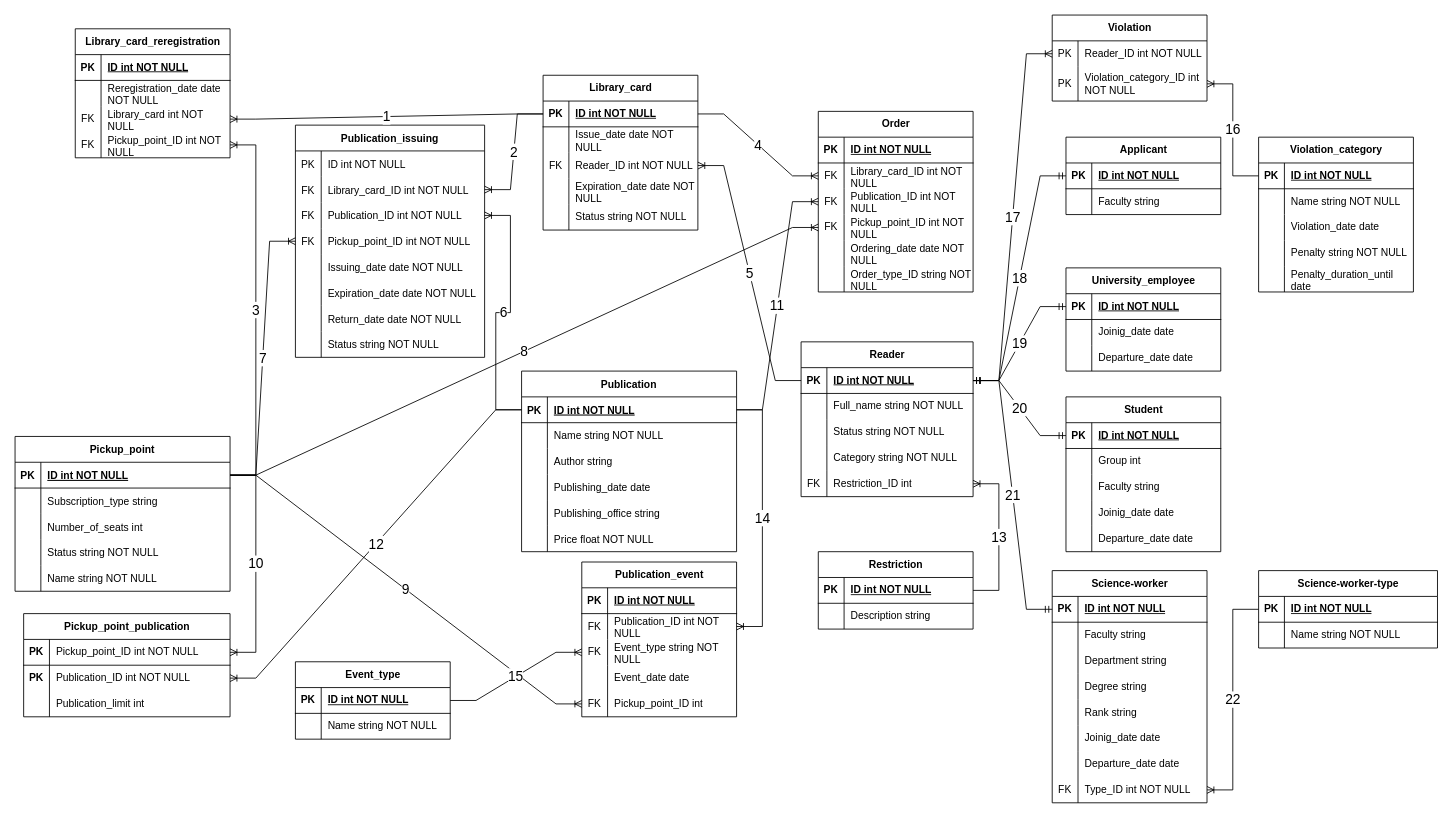
Earlier version of the draw.io diagram university_library_project/er-model.drawio (helttek/nsu). Source tidied: cells renumbered, new cells numbered last; positions are measured from the earlier drawing's top-left corner, leaving out a move shared by most shapes. Both pictures are drawn from the tidied source at 86%, with x=0, y=0 at pixel (15, 15).
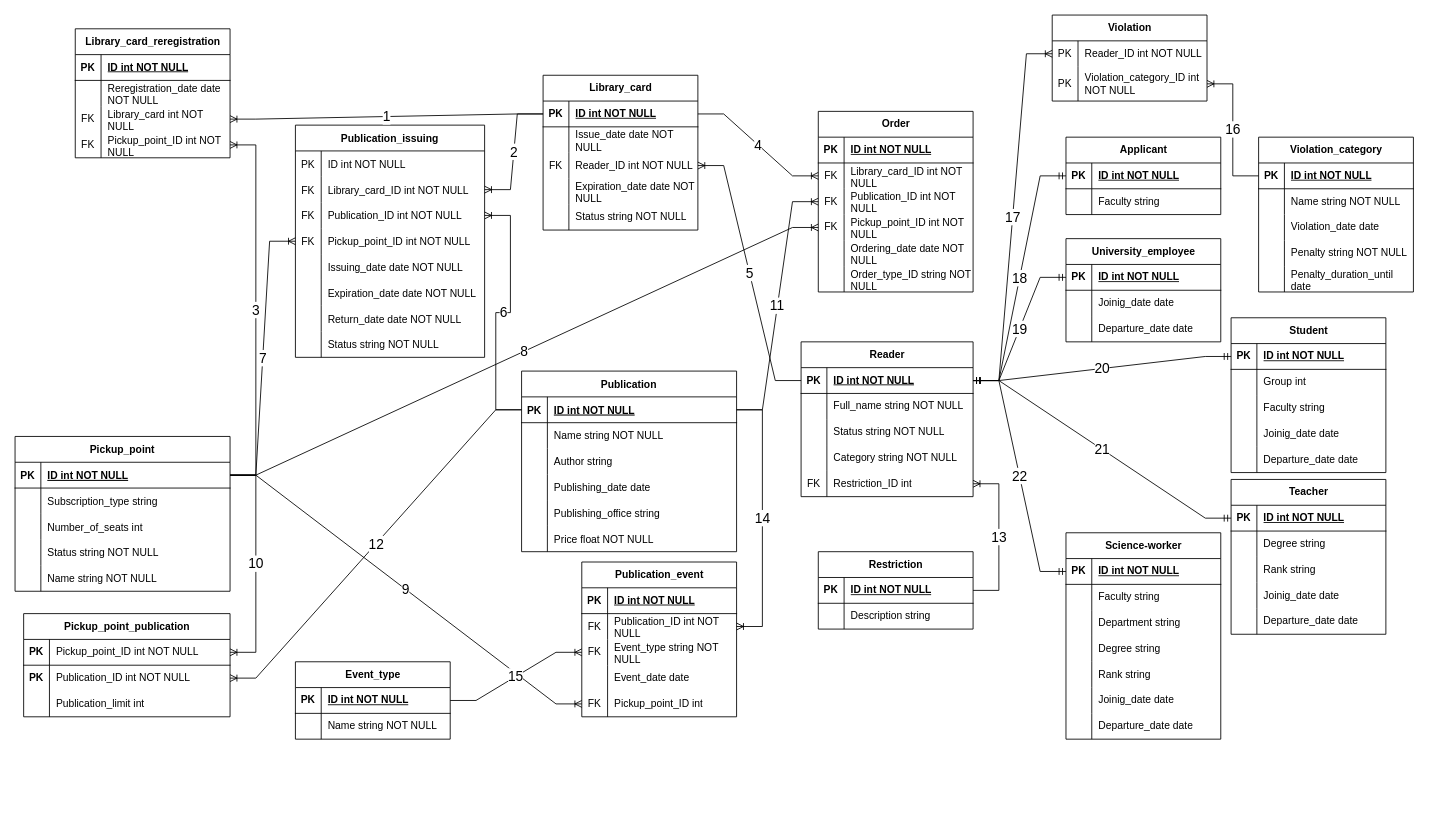
The same page after the edit.

Commit message (it also covers changes not shown here):
er-model update: fixed types of readers - new type added (teacher)

Unchanged cells that the change refers to:
```xml
<mxCell id="63" style="shape=tableRow;horizontal=0;startSize=0;swimlaneHead=0;swimlaneBody=0;fillColor=none;points=[[0,0.5],[1,0.5]];portConstraint=eastwest;top=0;left=0;right=0;bottom=1;" parent="62" vertex="1">
  <mxGeometry y="30" width="200" height="30" as="geometry" />
</mxCell>
```

What changed in the source:
```diff
@@
     <mxCell id="78" value="Student" style="shape=table;startSize=30;childLayout=tableLayout;rowLines=0;fontStyle=1;align=center;html=1;" parent="1" vertex="1">
-      <mxGeometry x="1222" y="444" width="180" height="180" as="geometry" />
+      <mxGeometry x="1414" y="352" width="180" height="180" as="geometry" />
     </mxCell>
@@
-    <mxCell id="200" value="Science-worker" style="shape=table;startSize=30;childLayout=tableLayout;rowLines=0;fontStyle=1;align=center;html=1;" parent="1" vertex="1">
-      <mxGeometry x="1206" y="646" width="180" height="270" as="geometry" />
+    <mxCell id="200" value="Teacher" style="shape=table;startSize=30;childLayout=tableLayout;rowLines=0;fontStyle=1;align=center;html=1;" parent="1" vertex="1">
+      <mxGeometry x="1414" y="540" width="180" height="180" as="geometry" />
     </mxCell>
@@
-    <mxCell id="204" style="shape=tableRow;horizontal=0;startSize=0;swimlaneHead=0;swimlaneBody=0;fillColor=none;top=0;left=0;right=0;bottom=0;" parent="200" vertex="1">
-      <mxGeometry y="60" width="180" height="30" as="geometry" />
-    </mxCell>
-    <mxCell id="205" style="shape=partialRectangle;fillColor=none;top=0;left=0;bottom=0;right=0;overflow=hidden;whiteSpace=wrap;html=1;" parent="204" vertex="1">
-      <mxGeometry width="30" height="30" as="geometry" />
-    </mxCell>
-    <mxCell id="206" value="Faculty string" style="shape=partialRectangle;fillColor=none;top=0;left=0;bottom=0;right=0;align=left;spacingLeft=6;overflow=hidden;whiteSpace=wrap;html=1;" parent="204" vertex="1">
-      <mxGeometry x="30" width="150" height="30" as="geometry" />
-    </mxCell>
-    <mxCell id="207" style="shape=tableRow;horizontal=0;startSize=0;swimlaneHead=0;swimlaneBody=0;fillColor=none;top=0;left=0;right=0;bottom=0;" parent="200" vertex="1">
-      <mxGeometry y="90" width="180" height="30" as="geometry" />
-    </mxCell>
-    <mxCell id="208" style="shape=partialRectangle;fillColor=none;top=0;left=0;bottom=0;right=0;overflow=hidden;whiteSpace=wrap;html=1;" parent="207" vertex="1">
-      <mxGeometry width="30" height="30" as="geometry" />
-    </mxCell>
-    <mxCell id="209" value="Department string" style="shape=partialRectangle;fillColor=none;top=0;left=0;bottom=0;right=0;align=left;spacingLeft=6;overflow=hidden;whiteSpace=wrap;html=1;" parent="207" vertex="1">
-      <mxGeometry x="30" width="150" height="30" as="geometry" />
-    </mxCell>
     <mxCell id="210" style="shape=tableRow;horizontal=0;startSize=0;swimlaneHead=0;swimlaneBody=0;fillColor=none;top=0;left=0;right=0;bottom=0;" parent="200" vertex="1">
-      <mxGeometry y="120" width="180" height="30" as="geometry" />
+      <mxGeometry y="60" width="180" height="30" as="geometry" />
     </mxCell>
@@
     <mxCell id="213" style="shape=tableRow;horizontal=0;startSize=0;swimlaneHead=0;swimlaneBody=0;fillColor=none;top=0;left=0;right=0;bottom=0;" parent="200" vertex="1">
-      <mxGeometry y="150" width="180" height="30" as="geometry" />
+      <mxGeometry y="90" width="180" height="30" as="geometry" />
     </mxCell>
@@
     <mxCell id="216" style="shape=tableRow;horizontal=0;startSize=0;swimlaneHead=0;swimlaneBody=0;fillColor=none;top=0;left=0;right=0;bottom=0;" parent="200" vertex="1">
-      <mxGeometry y="180" width="180" height="30" as="geometry" />
+      <mxGeometry y="120" width="180" height="30" as="geometry" />
     </mxCell>
@@
     <mxCell id="219" style="shape=tableRow;horizontal=0;startSize=0;swimlaneHead=0;swimlaneBody=0;fillColor=none;top=0;left=0;right=0;bottom=0;" parent="200" vertex="1">
-      <mxGeometry y="210" width="180" height="30" as="geometry" />
+      <mxGeometry y="150" width="180" height="30" as="geometry" />
     </mxCell>
@@
-    <mxCell id="222" style="shape=tableRow;horizontal=0;startSize=0;swimlaneHead=0;swimlaneBody=0;fillColor=none;points=[[0,0.5],[1,0.5]];portConstraint=eastwest;top=0;left=0;right=0;bottom=0;" parent="200" vertex="1">
-      <mxGeometry y="240" width="180" height="30" as="geometry" />
-    </mxCell>
-    <mxCell id="223" value="FK" style="shape=partialRectangle;fillColor=none;top=0;left=0;bottom=0;right=0;overflow=hidden;whiteSpace=wrap;html=1;" parent="222" vertex="1">
-      <mxGeometry width="30" height="30" as="geometry" />
-    </mxCell>
-    <mxCell id="224" value="Type_ID int NOT NULL" style="shape=partialRectangle;fillColor=none;top=0;left=0;bottom=0;right=0;align=left;spacingLeft=6;overflow=hidden;whiteSpace=wrap;html=1;" parent="222" vertex="1">
-      <mxGeometry x="30" width="150" height="30" as="geometry" />
-    </mxCell>
@@
     <mxCell id="242" value="University_employee" style="shape=table;startSize=30;childLayout=tableLayout;rowLines=0;fontStyle=1;align=center;html=1;" parent="1" vertex="1">
-      <mxGeometry x="1222" y="294" width="180" height="120" as="geometry" />
+      <mxGeometry x="1222" y="260" width="180" height="120" as="geometry" />
     </mxCell>
@@
-    <mxCell id="268" value="Science-worker-type" style="shape=table;startSize=30;childLayout=tableLayout;rowLines=0;fontStyle=1;align=center;html=1;" parent="1" vertex="1">
-      <mxGeometry x="1446" y="646" width="208" height="90" as="geometry" />
-    </mxCell>
-    <mxCell id="269" style="shape=tableRow;horizontal=0;startSize=0;swimlaneHead=0;swimlaneBody=0;fillColor=none;points=[[0,0.5],[1,0.5]];portConstraint=eastwest;top=0;left=0;right=0;bottom=1;" parent="268" vertex="1">
-      <mxGeometry y="30" width="208" height="30" as="geometry" />
-    </mxCell>
+    <mxCell id="275" value="22" style="edgeStyle=entityRelationEdgeStyle;fontSize=16;html=1;endArrow=ERmandOne;startArrow=ERmandOne;rounded=0;exitX=1;exitY=0.5;exitDx=0;exitDy=0;entryX=0;entryY=0.5;entryDx=0;entryDy=0;" parent="1" edge="1" source="63" target="277">
+      <mxGeometry relative="1" as="geometry" />
+    </mxCell>
+    <mxCell id="276" value="Science-worker" style="shape=table;startSize=30;childLayout=tableLayout;rowLines=0;fontStyle=1;align=center;html=1;" parent="1" vertex="1">
+      <mxGeometry x="1222" y="602" width="180" height="240" as="geometry" />
+    </mxCell>
+    <mxCell id="277" style="shape=tableRow;horizontal=0;startSize=0;swimlaneHead=0;swimlaneBody=0;fillColor=none;points=[[0,0.5],[1,0.5]];portConstraint=eastwest;top=0;left=0;right=0;bottom=1;" parent="276" vertex="1">
+      <mxGeometry y="30" width="180" height="30" as="geometry" />
+    </mxCell>
-    <mxCell id="270" value="PK" style="shape=partialRectangle;fillColor=none;top=0;left=0;bottom=0;right=0;fontStyle=1;overflow=hidden;whiteSpace=wrap;html=1;" parent="269" vertex="1">
+    <mxCell id="270" value="PK" style="shape=partialRectangle;fillColor=none;top=0;left=0;bottom=0;right=0;fontStyle=1;overflow=hidden;whiteSpace=wrap;html=1;" parent="277" vertex="1">
       <mxGeometry width="30" height="30" as="geometry" />
     </mxCell>
-    <mxCell id="271" value="&lt;span style=&quot;text-wrap-mode: nowrap;&quot;&gt;ID int NOT NULL&lt;/span&gt;" style="shape=partialRectangle;fillColor=none;top=0;left=0;bottom=0;right=0;align=left;spacingLeft=6;fontStyle=5;overflow=hidden;whiteSpace=wrap;html=1;" parent="269" vertex="1">
-      <mxGeometry x="30" width="178" height="30" as="geometry" />
+    <mxCell id="271" value="&lt;span style=&quot;text-wrap-mode: nowrap;&quot;&gt;ID int NOT NULL&lt;/span&gt;" style="shape=partialRectangle;fillColor=none;top=0;left=0;bottom=0;right=0;align=left;spacingLeft=6;fontStyle=5;overflow=hidden;whiteSpace=wrap;html=1;" parent="277" vertex="1">
+      <mxGeometry x="30" width="150" height="30" as="geometry" />
     </mxCell>
-    <mxCell id="272" style="shape=tableRow;horizontal=0;startSize=0;swimlaneHead=0;swimlaneBody=0;fillColor=none;top=0;left=0;right=0;bottom=0;" parent="268" vertex="1">
-      <mxGeometry y="60" width="208" height="30" as="geometry" />
-    </mxCell>
-    <mxCell id="273" style="shape=partialRectangle;fillColor=none;top=0;left=0;bottom=0;right=0;overflow=hidden;whiteSpace=wrap;html=1;" parent="272" vertex="1">
-      <mxGeometry width="30" height="30" as="geometry" />
-    </mxCell>
-    <mxCell id="274" value="Name string NOT NULL" style="shape=partialRectangle;fillColor=none;top=0;left=0;bottom=0;right=0;align=left;spacingLeft=6;overflow=hidden;whiteSpace=wrap;html=1;" parent="272" vertex="1">
-      <mxGeometry x="30" width="178" height="30" as="geometry" />
-    </mxCell>
-    <mxCell id="275" value="22" style="edgeStyle=entityRelationEdgeStyle;fontSize=16;html=1;endArrow=ERoneToMany;rounded=0;exitX=0;exitY=0.5;exitDx=0;exitDy=0;entryX=1;entryY=0.5;entryDx=0;entryDy=0;" parent="1" edge="1" source="269" target="222">
-      <mxGeometry relative="1" as="geometry" />
-    </mxCell>
+    <mxCell id="204" style="shape=tableRow;horizontal=0;startSize=0;swimlaneHead=0;swimlaneBody=0;fillColor=none;top=0;left=0;right=0;bottom=0;" parent="276" vertex="1">
+      <mxGeometry y="60" width="180" height="30" as="geometry" />
+    </mxCell>
+    <mxCell id="278" style="shape=partialRectangle;fillColor=none;top=0;left=0;bottom=0;right=0;overflow=hidden;whiteSpace=wrap;html=1;" parent="204" vertex="1">
+      <mxGeometry width="30" height="30" as="geometry" />
+    </mxCell>
+    <mxCell id="206" value="Faculty string" style="shape=partialRectangle;fillColor=none;top=0;left=0;bottom=0;right=0;align=left;spacingLeft=6;overflow=hidden;whiteSpace=wrap;html=1;" parent="204" vertex="1">
+      <mxGeometry x="30" width="150" height="30" as="geometry" />
+    </mxCell>
+    <mxCell id="207" style="shape=tableRow;horizontal=0;startSize=0;swimlaneHead=0;swimlaneBody=0;fillColor=none;top=0;left=0;right=0;bottom=0;" parent="276" vertex="1">
+      <mxGeometry y="90" width="180" height="30" as="geometry" />
+    </mxCell>
+    <mxCell id="279" style="shape=partialRectangle;fillColor=none;top=0;left=0;bottom=0;right=0;overflow=hidden;whiteSpace=wrap;html=1;" parent="207" vertex="1">
+      <mxGeometry width="30" height="30" as="geometry" />
+    </mxCell>
+    <mxCell id="209" value="Department string" style="shape=partialRectangle;fillColor=none;top=0;left=0;bottom=0;right=0;align=left;spacingLeft=6;overflow=hidden;whiteSpace=wrap;html=1;" parent="207" vertex="1">
+      <mxGeometry x="30" width="150" height="30" as="geometry" />
+    </mxCell>
+    <mxCell id="280" style="shape=tableRow;horizontal=0;startSize=0;swimlaneHead=0;swimlaneBody=0;fillColor=none;top=0;left=0;right=0;bottom=0;" parent="276" vertex="1">
+      <mxGeometry y="120" width="180" height="30" as="geometry" />
+    </mxCell>
+    <mxCell id="281" style="shape=partialRectangle;fillColor=none;top=0;left=0;bottom=0;right=0;overflow=hidden;whiteSpace=wrap;html=1;" parent="280" vertex="1">
+      <mxGeometry width="30" height="30" as="geometry" />
+    </mxCell>
+    <mxCell id="282" value="Degree string" style="shape=partialRectangle;fillColor=none;top=0;left=0;bottom=0;right=0;align=left;spacingLeft=6;overflow=hidden;whiteSpace=wrap;html=1;" parent="280" vertex="1">
+      <mxGeometry x="30" width="150" height="30" as="geometry" />
+    </mxCell>
+    <mxCell id="283" style="shape=tableRow;horizontal=0;startSize=0;swimlaneHead=0;swimlaneBody=0;fillColor=none;top=0;left=0;right=0;bottom=0;" parent="276" vertex="1">
+      <mxGeometry y="150" width="180" height="30" as="geometry" />
+    </mxCell>
+    <mxCell id="284" style="shape=partialRectangle;fillColor=none;top=0;left=0;bottom=0;right=0;overflow=hidden;whiteSpace=wrap;html=1;" parent="283" vertex="1">
+      <mxGeometry width="30" height="30" as="geometry" />
+    </mxCell>
+    <mxCell id="285" value="Rank string" style="shape=partialRectangle;fillColor=none;top=0;left=0;bottom=0;right=0;align=left;spacingLeft=6;overflow=hidden;whiteSpace=wrap;html=1;" parent="283" vertex="1">
+      <mxGeometry x="30" width="150" height="30" as="geometry" />
+    </mxCell>
+    <mxCell id="286" style="shape=tableRow;horizontal=0;startSize=0;swimlaneHead=0;swimlaneBody=0;fillColor=none;top=0;left=0;right=0;bottom=0;" parent="276" vertex="1">
+      <mxGeometry y="180" width="180" height="30" as="geometry" />
+    </mxCell>
+    <mxCell id="287" style="shape=partialRectangle;fillColor=none;top=0;left=0;bottom=0;right=0;overflow=hidden;whiteSpace=wrap;html=1;" parent="286" vertex="1">
+      <mxGeometry width="30" height="30" as="geometry" />
+    </mxCell>
+    <mxCell id="288" value="Joinig_date date" style="shape=partialRectangle;fillColor=none;top=0;left=0;bottom=0;right=0;align=left;spacingLeft=6;overflow=hidden;whiteSpace=wrap;html=1;" parent="286" vertex="1">
+      <mxGeometry x="30" width="150" height="30" as="geometry" />
+    </mxCell>
+    <mxCell id="289" style="shape=tableRow;horizontal=0;startSize=0;swimlaneHead=0;swimlaneBody=0;fillColor=none;top=0;left=0;right=0;bottom=0;" parent="276" vertex="1">
+      <mxGeometry y="210" width="180" height="30" as="geometry" />
+    </mxCell>
+    <mxCell id="290" style="shape=partialRectangle;fillColor=none;top=0;left=0;bottom=0;right=0;overflow=hidden;whiteSpace=wrap;html=1;" parent="289" vertex="1">
+      <mxGeometry width="30" height="30" as="geometry" />
+    </mxCell>
+    <mxCell id="291" value="Departure_date date" style="shape=partialRectangle;fillColor=none;top=0;left=0;bottom=0;right=0;align=left;spacingLeft=6;overflow=hidden;whiteSpace=wrap;html=1;" parent="289" vertex="1">
+      <mxGeometry x="30" width="150" height="30" as="geometry" />
+    </mxCell>
```
